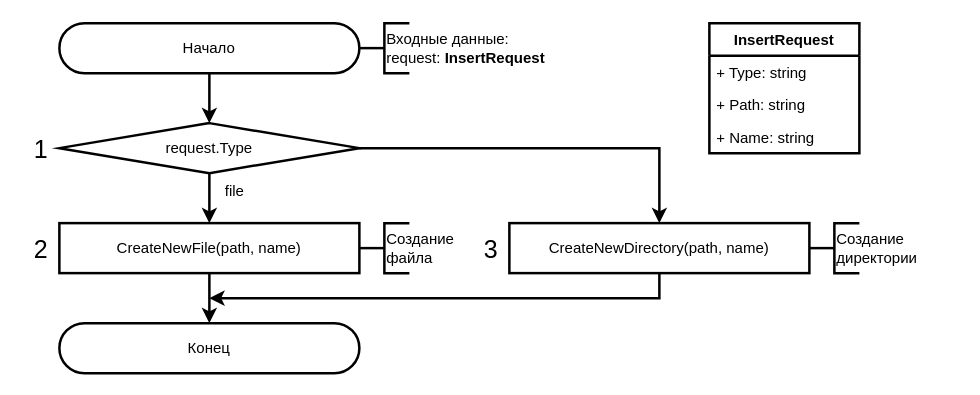
Before: page "insert-handler" (3 of 8) of images/algorithm/storage/algorithm-storage.drawio in necroin/vss-docs, a draw.io diagram. Source tidied: cells renumbered, new cells numbered last; positions are measured from the earlier drawing's top-left corner, leaving out a move shared by most shapes. Both pictures are drawn from the tidied source at 125%, with x=0, y=0 at pixel (21, 22).
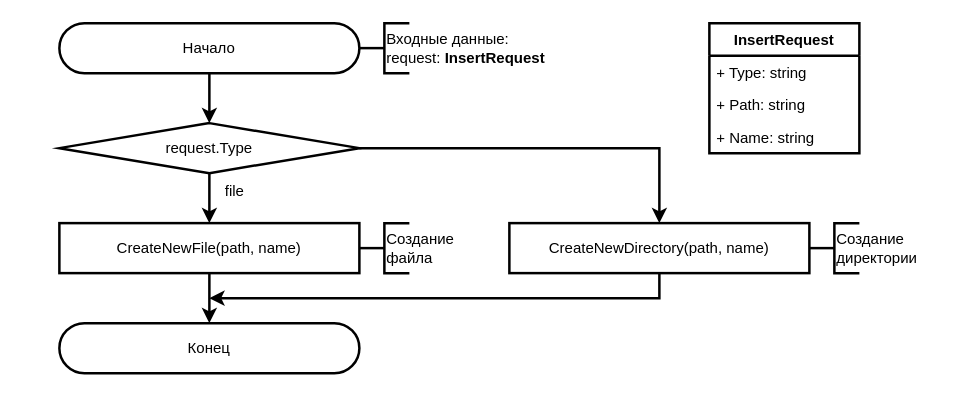
The same diagram, later.

Diff of the diagram source:
```diff
@@
-    <mxCell id="19" value="1" style="text;html=1;align=center;verticalAlign=middle;strokeColor=none;fillColor=none;fontSize=20;strokeWidth=2;" parent="1" vertex="1">
-      <mxGeometry y="80" width="30" height="40" as="geometry" />
-    </mxCell>
-    <mxCell id="20" value="2" style="text;html=1;align=center;verticalAlign=middle;strokeColor=none;fillColor=none;fontSize=20;strokeWidth=2;" parent="1" vertex="1">
-      <mxGeometry y="160" width="30" height="40" as="geometry" />
-    </mxCell>
-    <mxCell id="21" value="3" style="text;html=1;align=center;verticalAlign=middle;strokeColor=none;fillColor=none;fontSize=20;strokeWidth=2;" parent="1" vertex="1">
-      <mxGeometry x="360" y="160" width="30" height="40" as="geometry" />
-    </mxCell>
```
